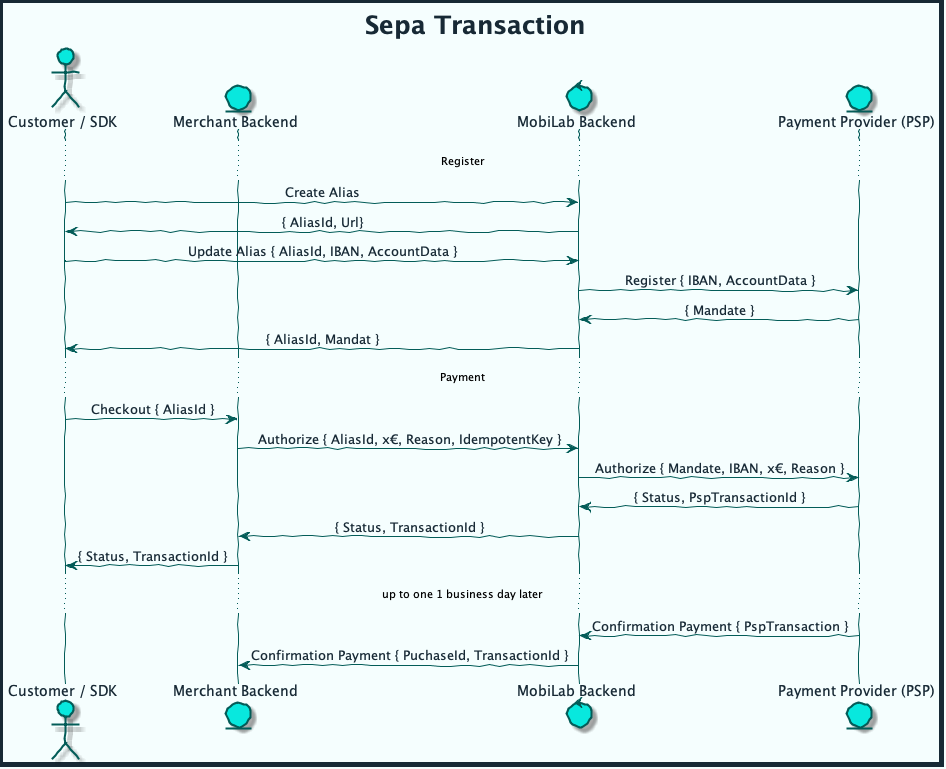
This is diagrams/out/sepa_transaction.png from mobilabsolutions/stash-sdk-wiki, a PlantUML export, as it was before one commit.
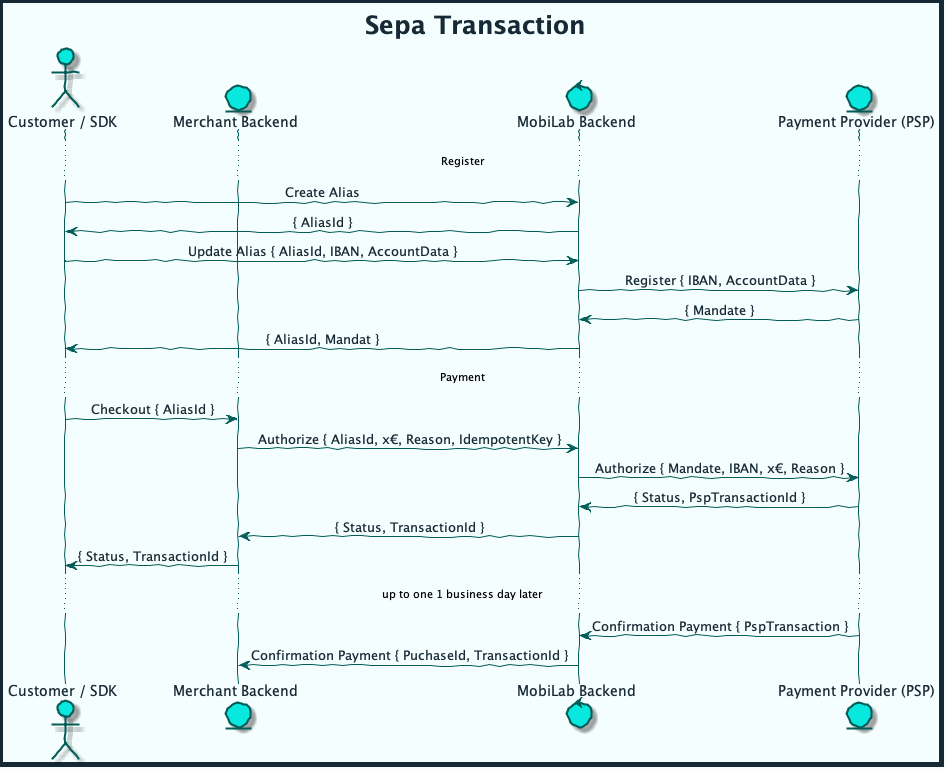
After the change.

Change to the diagram source:
```diff
@@ -54,7 +54,7 @@
 
 ... Register ...
 User -> MBE: Create Alias
-MBE -> User: { AliasId, Url}
+MBE -> User: { AliasId }
 
 User -> MBE: Update Alias { AliasId, IBAN, AccountData }
 
```
